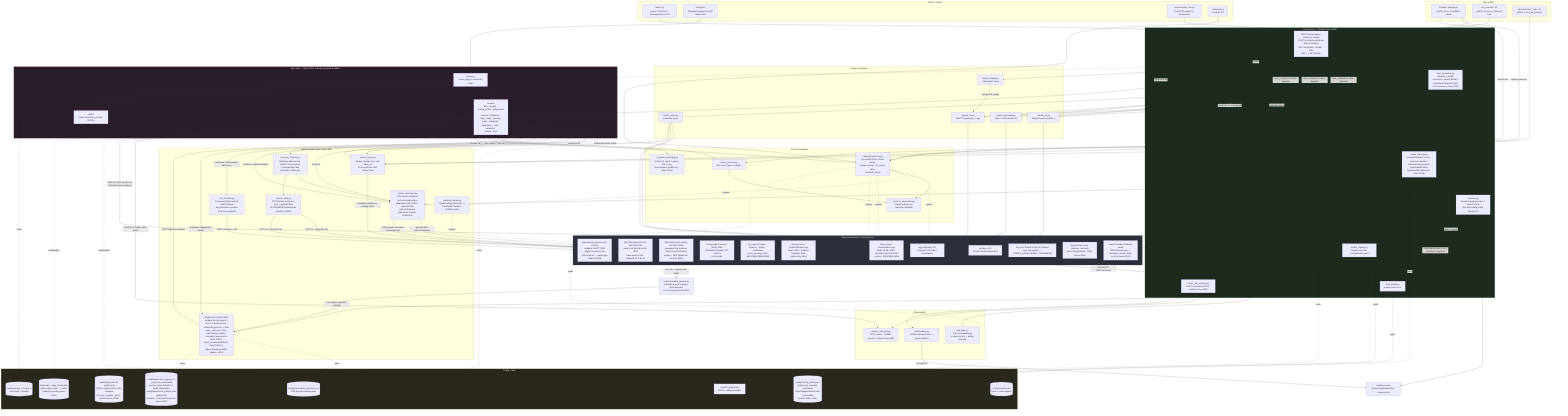
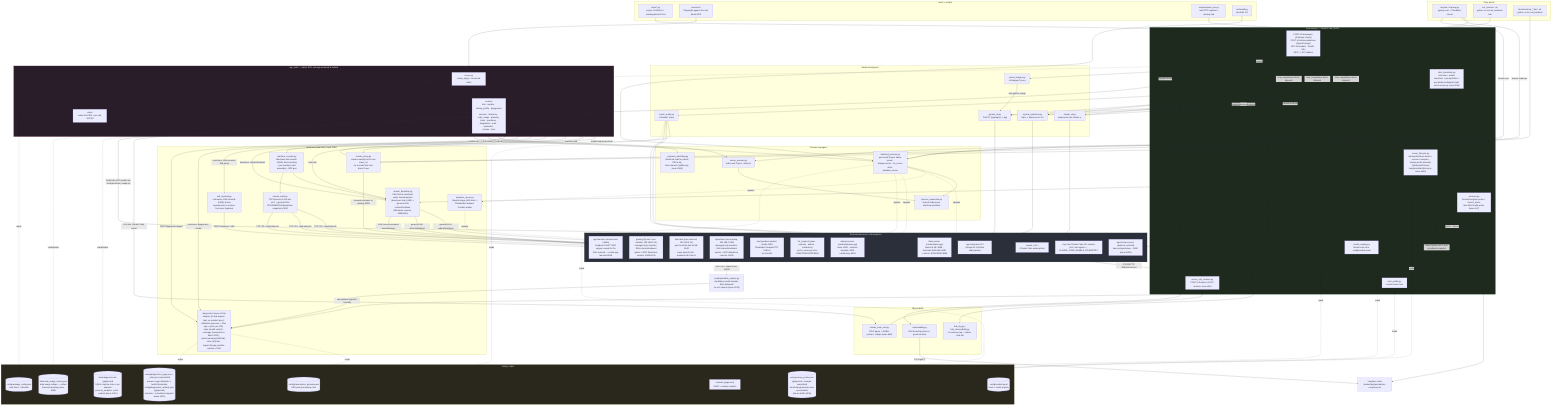
%% docs/architecture.mmd — local-llm-hub's own internal structure.
%% Hand-authored, not generated — companion to the fleet-wide convention in
%% ferraroroberto/fleet-config#256 (see that repo's own docs/architecture.mmd
%% for the reference dogfood). This is deliberately smaller than
%% docs/project-structure.md's three detailed diagrams (component/module/
%% sequence) — it's the one-glance map; project-structure.md stays the deep
%% reference. Update this diagram in the same PR as any material structural
%% change (a backend added/removed, a router moved, a process manager
%% relocated) — same anti-staleness contract as this repo's own `.fleet.toml`
%% `description` field.

flowchart TB
  subgraph entry["Entry points"]
    TRAY["tray.bat / tray/tray.py\npystray icon + Cloudflare tunnel"]
    RUNHUB["run_hub.bat / .sh\npython -m src.run_backend hub"]
    RUNMODEL["launchers/run_*.bat / .sh\npython -m src.run_backend <model_id>"]
  end

  subgraph core["src/server.py — FastAPI hub (:8000)"]
    SRV["POST /v1/messages (Anthropic shape)\nPOST /v1/chat/completions (OpenAI shape)\nGET /v1/models · /health · /info\nGET / -> 307 /admin/"]
    CHATT["chat_translation.py\nschemas + media extraction + prompt flatten +\nper-backend dispatch (split out of server.py, issue #245)"]
    LIFECYCLE["server_lifecycle.py\nstartup/shutdown hooks + resource sampler +\nstartup-profile autostart (backends/Docker/\nLangfuse/Mac-Mini-sync, issue #265)"]
    REG["model_registry.py\nModel rows from config/models.yaml"]
    HOSTP["host_profile.py\nresolve active host"]
    OTELRECV["server_otel_receiver.py\nPOST /v1/metrics (OTLP receiver, issue #68)"]
    SVC["services.py\nDocker/Langfuse probe + launch_stack,\nMac Mini health probe (issue #27)"]
  end
  TRAY --> SRV
  RUNHUB --> SRV
  SRV --> CHATT
  SRV --> LIFECYCLE
  SRV --> REG
  REG --> HOSTP
  LIFECYCLE --> SVC
  LIFECYCLE --> REMOTEBOOT
  SVC --> LANGFUSE
  SVC -->|probe + launch| AGENTSVIEW

  subgraph routing["Backend wrappers"]
    CLAUDECLI["claude_cli.py\nsubprocess.run claude -p"]
    GEMINICLI["gemini_cli.py\nConPTY (pywinpty) -> agy"]
    OAIUP["openai_upstream.py\nhttpx -> llama-server /v1"]
    AUDIOR["server_audio.py\n/v1/audio/* proxy"]
    IMAGESR["server_images.py\n/v1/images/* proxy"]
  end
  CHATT -->|backend=claude| CLAUDECLI
  CHATT -->|backend=gemini| GEMINICLI
  CHATT -->|backend=openai| OAIUP
  SRV -->|chat_completions direct dispatch| CLAUDECLI
  SRV -->|chat_completions direct dispatch| GEMINICLI
  SRV -->|chat_completions direct dispatch| OAIUP
  SRV --> AUDIOR
  SRV --> IMAGESR
  SRV --> OTELRECV
  IMAGESR -->|call_gemini_image| GEMINICLI

  subgraph multihost["Multi-host (Mac Mini, issue #181)"]
    REMOTEPROXY["remote_proxy.py\nresolve owning host's own base_url\nfor a model this host doesn't own"]
    REMOTEBOOT["remote_bootstrap.py\nSSH forced-command verbs: bootstrap/sync\n(dead peer hub, #181) + general-SSH\nreboot/shutdown (Machines console, #309/#311)"]
    MACHINECON["machine_console.py\nMachines-tab console (#309): host inventory\n+ per-machine card assembly + RDP gen"]
    REMOTESTATS["remote_stats.py\nTCP liveness (is the box on?) + general-SSH\nCPU/RAM/GPU/disk/uptime snapshot (#309)"]
    SSHTERM["ssh_terminal.py\nin-browser SSH terminal (#309): drives\napp-launcher's session-host over loopback"]
    DIAG["diagnostics/ (issue #315)\nsampler (in-hub asyncio task, no resident proc) ·\nattribution (process -> fleet app + ports, per-OS) ·\nrules (health verdict) · coverage (measured vs blind, #322) ·\nreport (summary/drift/md) · store (SQLite) ·\ningest (foreign portable capture, #316)"]
    PARAKEETSRV["parakeet_server.py\nOpenAI-shape ASR shim ->\nFluidAudio Parakeet CoreML worker"]
  end
  CHATT --> REMOTEPROXY
  SRV --> REMOTEPROXY
  AUDIOR --> REMOTEPROXY
  WROUT -->|models tab proxy check| REMOTEPROXY
  WROUT -->|hosts tab| REMOTEBOOT
  WROUT -->|machines tab| MACHINECON
  WROUT -->|machines: reboot/shutdown| REMOTEBOOT
  WROUT -->|machines: SSH terminal WS proxy| SSHTERM
  MACHINECON --> REMOTEBOOT
  MACHINECON --> REMOTESTATS
  WROUT -->|machines: diagnostics modal| DIAG
  WROUT -->|POST diagnostics/ingest| DIAG
  LIFECYCLE -->|close orphan runs + arm scheduled snapshot| DIAG
  DIAG -.reads.-> DIAGCFG
  DIAG -.writes.-> DIAGDB
  PORTCAP["scripts/portable_capture.py\nstandalone psutil sampler, SSH-delivered,\nno src/ imports (issue #316)"]
  OPENCLAW -.ssh: run + capture raw JSON.-> PORTCAP
  PORTCAP -->|raw capture ingested centrally| DIAG
  REMOTESTATS -->|TCP :22 + read-only ssh| MACMINI
  REMOTESTATS -->|TCP :22 + read-only ssh| OPENCLAW
+   REMOTESTATS -->|TCP :22 + read-only ssh| GAMING
  SSHTERM -->|POST /sessions + WS| SESSIONHOST
  REMOTEBOOT -->|general-SSH reboot/shutdown| OPENCLAW
+   REMOTEBOOT -->|general-SSH reboot/shutdown| GAMING

  subgraph procmgr["Process managers"]
    SUPERVISOR["process_supervisor.py\nshared subprocess start/stop workflow"]
    SERVPROC["server_process.py\nhub's own Popen + kill-port"]
    BACKPROC["backend_process.py\nper-model Popen: llama-server ·\nwhisper-server · tts_server shim ·\nparakeet_server"]
    WATCHDOG["_respawn_watchdog.py\ndetached: wait for parent PID to die,\nthen relaunch (stdlib-only, issue #198)"]
  end
  RUNMODEL --> BACKPROC
  TRAY -->|Models submenu| BACKPROC
  TRAY -->|Restart hub| SERVPROC
  SERVPROC --> SUPERVISOR
  BACKPROC --> SUPERVISOR
  BACKPROC -.spawns.-> PARAKEETSRV

  subgraph ext["External processes / subscriptions"]
    CLAUDEBIN["claude -p CLI\n(Claude Code subscription)"]
    AGYBIN["agy Antigravity CLI\n(Google AI Pro/Ultra subscription)"]
    LLAMA["llama-server (vendor/llama.cpp)\nQwen3.5-4B :8088 · Gemma4-26B-A4B :8087\n+ ad-hoc :8081/:8082/:8086"]
    WHISPER["whisper-server (vendor/whisper.cpp)\nturbo :8090 · medium-translate :8091\nvanilla lazy :8094"]
    TTS["tts_engines/ (piper · orpheus · kokoro · chatterbox)\nvia tts_server.py shim :8092/:8093/:8095/:8096"]
    CCHOST["Any host Claude Code CLI session\n(incl. sub-agents — CLAUDE_CODE_ENABLE_TELEMETRY)"]
    MACMINI["Mac Mini (mac-mini-m4, 192.168.0.14)\npeer local-llm-hub install :8000\nowns qwen3.5-9b · parakeet-tdt-0.6b-v3"]
    PARAKEETWORKER["mac/parakeet-worker/ (Swift, ANE)\nFluidAudio Parakeet TDT 0.6B v3\nvia CoreML"]
    AGENTSVIEW["AgentsView server (optional, external)\nkenn-io/agentsview · :8080 (issue #280)"]
    SESSIONHOST["app-launcher session-host (:8446)\nloopback ConPTY/WS engine reused for the\nSSH terminal — needs app-launcher#558"]
    OPENCLAW["OpenClaw (Linux laptop, 192.168.0.239)\nmanaged-only machine: SSH reboot/shutdown/\nuptime + RDP (Machines console, #309)"]
-     TOWER["tower (dormant Windows node)\nRDP/Tailscale only — Machines console card,\nno SSH (issue #309)"]
+     GAMING["gaming (Ryzen Linux satellite, 192.168.0.16)\nmanaged-only machine: SSH reboot/shutdown/\nuptime + RDP (Machines console, #309/#323)"]
  end
  CLAUDECLI --> CLAUDEBIN
  GEMINICLI --> AGYBIN
  OAIUP --> LLAMA
  AUDIOR --> WHISPER
  AUDIOR --> TTS
  BACKPROC -.spawns.-> LLAMA
  BACKPROC -.spawns.-> WHISPER
  BACKPROC -.spawns.-> TTS
  CCHOST -->|OTLP/HTTP :8000/v1/metrics| OTELRECV
  REMOTEPROXY -->|forwards verbatim to owning :8000| MACMINI
  REMOTEBOOT -->|SSH forced-command bootstrap/sync| MACMINI
  PARAKEETSRV -.spawns.-> PARAKEETWORKER

  subgraph admin["app_web/ — admin SPA, sub-app mounted at /admin"]
    WSRV["server.py\ncreate_app() + versioned static"]
    WROUT["routers/\nhub · models · startup_profile · playground ·\nservices · telemetry · code_usage · glossary ·\nhosts · machines · diagnostics · auth · webauthn ·\nversion · misc"]
    WSTATIC["static/\nindex.html SPA + per-tab JS/CSS"]
  end
  SRV -.mounts.-> WSRV
  WSRV --> WROUT
  WSRV --> WSTATIC
  WROUT -->|hub tab| SERVPROC
  WROUT -->|hub restart| WATCHDOG
  WROUT -->|models tab| BACKPROC
  WROUT -->|playground tab| SRV

  subgraph obs["Observability"]
    HUBLOG["hub_log.py / hub_observability.py\nin-memory ring -> admin Hub tab"]
    OTEL["observability.py\nOTel bootstrap (traces + genai metrics)"]
    CCOTEL["claude_code_otel.py\nOTLP parse + JSONL persist + rollups (issue #68)"]
  end
  SRV --> HUBLOG
  SRV --> OTEL
  OTEL -->|OTLP/gRPC| LANGFUSE["Langfuse stack\ndocker/langfuse/docker-compose.yml"]
  OTELRECV --> CCOTEL
  WROUT -->|OTel tab: Claude Code panel| CCOTEL
  WROUT -->|Code tab: AGY vendor via src/agentsview_usage.py| AGENTSVIEW

  subgraph cfg["Config + data"]
    MODELSYAML[("config/models.yaml\nhosts + model registry")]
    WEBCFG[("config/webapp_config.json\nauth token + allowlist")]
    GLOSSARY[("config/transcription_glossary.json\nASR post-processing rules")]
    STARTUPCFG[("config/startup_profile.json (gitignored; .example committed)\ndocker/langfuse/mac-mini-sync/models\n(issues #265, #304)")]
    MODELSDIR["models/ (gitignored)\nGGUF + whisper weights"]
    USAGEHIST[("data/code_usage_history.json\ndaily usage rollups — outlive\ntranscript pruning (issue #280)")]
    DIAGCFG[("config/diagnostics_apps.json + _rules.json (committed)\nprocess->app attribution + health thresholds;\nconfig/diagnostics_settings.json (gitignored)\nretention + scheduled snapshot (issue #315)")]
    DIAGDB[("data/diagnostics.db (gitignored)\nSQLite capture store: runs · samples ·\nprocess_samples · ports · verdicts (issue #315)")]
  end
  REG -.reads.-> MODELSYAML
  HOSTP -.reads.-> MODELSYAML
  WSRV -.reads.-> WEBCFG
  AUDIOR -.reads.-> GLOSSARY
  BACKPROC -.reads.-> MODELSDIR
  REG -.reads.-> STARTUPCFG
  LIFECYCLE -.reads.-> STARTUPCFG
  WROUT -.reads/writes.-> STARTUPCFG
  WROUT -.reads/writes.-> USAGEHIST

  subgraph tests["tests/ + scripts/"]
    UNITTESTS["tests/*.py\npytest, TestClient + monkeypatched CLIs"]
    E2E["tests/e2e/\nPlaywright against the real admin SPA"]
    SMOKE["scripts/smoke_test.py\nreal HTTP against a running hub"]
    INSTALL["src/install.py\ncheck/fix CLI"]
  end
  UNITTESTS --> SRV
  E2E --> WSRV
  SMOKE --> SRV
  INSTALL --> BACKPROC

  classDef ext fill:#2a2f3a,stroke:#555,color:#eee
  classDef hub fill:#1d2a1d,stroke:#4a7,color:#eee
  classDef ui fill:#2a1d2a,stroke:#a47,color:#eee
  classDef cfgnode fill:#2a281d,stroke:#a94,color:#eee
  class ext ext
  class core hub
  class admin ui
  class cfg cfgnode
